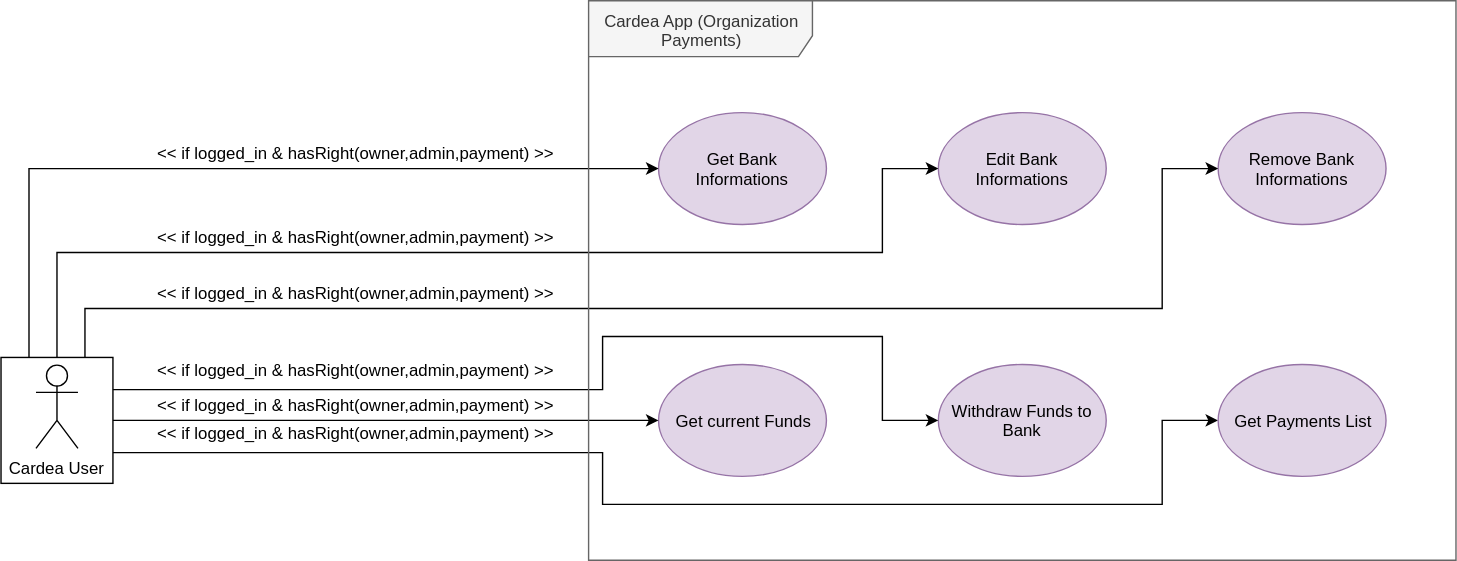
This is docs/srs/resources/3_1_2_3_use_case_view_cardea_app_organization_payments.svg from cardeapay/stack, a draw.io export, as it was before one commit. Source tidied: cells renumbered, new cells last; positions are measured from the earlier drawing's top-left corner, leaving out a move shared by most shapes. Its diagram source:
```xml
<mxGraphModel>
  <root>
    <mxCell id="0" />
    <mxCell id="1" parent="0" />
    <mxCell id="2" value="Edit Bank Informations" style="ellipse;whiteSpace=wrap;html=1;fillColor=#e1d5e7;strokeColor=#9673a6;" parent="1" vertex="1">
      <mxGeometry x="670" y="80" width="120" height="80" as="geometry" />
    </mxCell>
    <mxCell id="3" value="Remove Bank Informations" style="ellipse;whiteSpace=wrap;html=1;fillColor=#e1d5e7;strokeColor=#9673a6;" parent="1" vertex="1">
      <mxGeometry x="870" y="80" width="120" height="80" as="geometry" />
    </mxCell>
    <mxCell id="4" value="Get Bank Informations" style="ellipse;whiteSpace=wrap;html=1;fillColor=#e1d5e7;strokeColor=#9673a6;" parent="1" vertex="1">
      <mxGeometry x="470" y="80" width="120" height="80" as="geometry" />
    </mxCell>
    <mxCell id="5" value="Withdraw Funds to Bank" style="ellipse;whiteSpace=wrap;html=1;fillColor=#e1d5e7;strokeColor=#9673a6;" parent="1" vertex="1">
      <mxGeometry x="670" y="260" width="120" height="80" as="geometry" />
    </mxCell>
    <mxCell id="6" value="Get current Funds" style="ellipse;whiteSpace=wrap;html=1;fillColor=#e1d5e7;strokeColor=#9673a6;" parent="1" vertex="1">
      <mxGeometry x="470" y="260" width="120" height="80" as="geometry" />
    </mxCell>
    <mxCell id="7" style="edgeStyle=orthogonalEdgeStyle;rounded=0;jettySize=auto;html=1;exitX=0.25;exitY=0;exitDx=0;exitDy=0;entryX=0;entryY=0.5;entryDx=0;entryDy=0;" parent="1" edge="1" source="13" target="4">
      <mxGeometry relative="1" as="geometry" />
    </mxCell>
    <mxCell id="8" style="edgeStyle=orthogonalEdgeStyle;rounded=0;jettySize=auto;html=1;exitX=0.75;exitY=0;exitDx=0;exitDy=0;entryX=0;entryY=0.5;entryDx=0;entryDy=0;" parent="1" edge="1" source="13" target="3">
      <mxGeometry relative="1" as="geometry">
        <Array as="points">
          <mxPoint x="60" y="220" />
          <mxPoint x="830" y="220" />
          <mxPoint x="830" y="120" />
        </Array>
      </mxGeometry>
    </mxCell>
    <mxCell id="9" style="edgeStyle=orthogonalEdgeStyle;rounded=0;jettySize=auto;html=1;exitX=1;exitY=0.5;exitDx=0;exitDy=0;entryX=0;entryY=0.5;entryDx=0;entryDy=0;" parent="1" edge="1" source="13" target="6">
      <mxGeometry relative="1" as="geometry" />
    </mxCell>
    <mxCell id="10" style="edgeStyle=orthogonalEdgeStyle;rounded=0;jettySize=auto;html=1;exitX=1;exitY=0.25;exitDx=0;exitDy=0;entryX=0;entryY=0.5;entryDx=0;entryDy=0;" parent="1" edge="1" source="13" target="5">
      <mxGeometry relative="1" as="geometry">
        <Array as="points">
          <mxPoint x="430" y="278" />
          <mxPoint x="430" y="240" />
          <mxPoint x="630" y="240" />
          <mxPoint x="630" y="300" />
        </Array>
      </mxGeometry>
    </mxCell>
    <mxCell id="11" style="edgeStyle=orthogonalEdgeStyle;rounded=0;jettySize=auto;html=1;exitX=0.5;exitY=0;exitDx=0;exitDy=0;entryX=0;entryY=0.5;entryDx=0;entryDy=0;" parent="1" edge="1" source="13" target="2">
      <mxGeometry relative="1" as="geometry">
        <Array as="points">
          <mxPoint x="40" y="180" />
          <mxPoint x="630" y="180" />
          <mxPoint x="630" y="120" />
        </Array>
      </mxGeometry>
    </mxCell>
    <mxCell id="12" style="edgeStyle=orthogonalEdgeStyle;rounded=0;jettySize=auto;html=1;exitX=1;exitY=0.75;exitDx=0;exitDy=0;entryX=0;entryY=0.5;entryDx=0;entryDy=0;" parent="1" edge="1" source="13" target="21">
      <mxGeometry relative="1" as="geometry">
        <Array as="points">
          <mxPoint x="430" y="323" />
          <mxPoint x="430" y="360" />
          <mxPoint x="830" y="360" />
          <mxPoint x="830" y="300" />
        </Array>
      </mxGeometry>
    </mxCell>
    <mxCell id="13" style="html=1;fillColor=none;" parent="1" vertex="1">
      <mxGeometry y="255" width="80" height="90" as="geometry" />
    </mxCell>
    <mxCell id="14" value="Cardea User" style="shape=umlActor;verticalLabelPosition=bottom;labelBackgroundColor=#ffffff;verticalAlign=top;html=1;" parent="1" vertex="1">
      <mxGeometry x="25" y="260" width="30" height="60" as="geometry" />
    </mxCell>
    <mxCell id="15" value="&amp;lt;&amp;lt; if logged_in &amp;amp; hasRight(owner,admin,payment) &amp;gt;&amp;gt;&lt;span style=&quot;font-family: &amp;#34;helvetica&amp;#34; , &amp;#34;arial&amp;#34; , sans-serif ; font-size: 0px&quot;&gt;%3CmxGraphModel%3E%3Croot%3E%3CmxCell%20id%3D%220%22%2F%3E%3CmxCell%20id%3D%221%22%20parent%3D%220%22%2F%3E%3CmxCell%20id%3D%222%22%20value%3D%22%22%20style%3D%22html%3D1%3BfillColor%3Dnone%3B%22%20vertex%3D%221%22%20parent%3D%221%22%3E%3CmxGeometry%20x%3D%22-120%22%20y%3D%22255%22%20width%3D%2280%22%20height%3D%2290%22%20as%3D%22geometry%22%2F%3E%3C%2FmxCell%3E%3CmxCell%20id%3D%223%22%20value%3D%22Cardea%20User%22%20style%3D%22shape%3DumlActor%3BverticalLabelPosition%3Dbottom%3BlabelBackgroundColor%3D%23ffffff%3BverticalAlign%3Dtop%3Bhtml%3D1%3B%22%20vertex%3D%221%22%20parent%3D%221%22%3E%3CmxGeometry%20x%3D%22-95%22%20y%3D%22260%22%20width%3D%2230%22%20height%3D%2260%22%20as%3D%22geometry%22%2F%3E%3C%2FmxCell%3E%3C%2Froot%3E%3C%2FmxGraphModel%3&lt;/span&gt;" style="text;html=1;align=left;verticalAlign=top;spacingTop=-4;" parent="1" vertex="1">
      <mxGeometry x="110" y="100" width="300" height="20" as="geometry" />
    </mxCell>
    <mxCell id="16" value="&amp;lt;&amp;lt; if logged_in &amp;amp; hasRight(owner,admin,payment) &amp;gt;&amp;gt;&lt;span style=&quot;font-family: &amp;#34;helvetica&amp;#34; , &amp;#34;arial&amp;#34; , sans-serif ; font-size: 0px&quot;&gt;%3CmxGraphModel%3E%3Croot%3E%3CmxCell%20id%3D%220%22%2F%3E%3CmxCell%20id%3D%221%22%20parent%3D%220%22%2F%3E%3CmxCell%20id%3D%222%22%20value%3D%22%22%20style%3D%22html%3D1%3BfillColor%3Dnone%3B%22%20vertex%3D%221%22%20parent%3D%221%22%3E%3CmxGeometry%20x%3D%22-120%22%20y%3D%22255%22%20width%3D%2280%22%20height%3D%2290%22%20as%3D%22geometry%22%2F%3E%3C%2FmxCell%3E%3CmxCell%20id%3D%223%22%20value%3D%22Cardea%20User%22%20style%3D%22shape%3DumlActor%3BverticalLabelPosition%3Dbottom%3BlabelBackgroundColor%3D%23ffffff%3BverticalAlign%3Dtop%3Bhtml%3D1%3B%22%20vertex%3D%221%22%20parent%3D%221%22%3E%3CmxGeometry%20x%3D%22-95%22%20y%3D%22260%22%20width%3D%2230%22%20height%3D%2260%22%20as%3D%22geometry%22%2F%3E%3C%2FmxCell%3E%3C%2Froot%3E%3C%2FmxGraphModel%3&lt;/span&gt;" style="text;html=1;align=left;verticalAlign=top;spacingTop=-4;" parent="1" vertex="1">
      <mxGeometry x="110" y="160" width="300" height="20" as="geometry" />
    </mxCell>
    <mxCell id="17" value="&amp;lt;&amp;lt; if logged_in &amp;amp; hasRight(owner,admin,payment) &amp;gt;&amp;gt;&lt;span style=&quot;font-family: &amp;#34;helvetica&amp;#34; , &amp;#34;arial&amp;#34; , sans-serif ; font-size: 0px&quot;&gt;%3CmxGraphModel%3E%3Croot%3E%3CmxCell%20id%3D%220%22%2F%3E%3CmxCell%20id%3D%221%22%20parent%3D%220%22%2F%3E%3CmxCell%20id%3D%222%22%20value%3D%22%22%20style%3D%22html%3D1%3BfillColor%3Dnone%3B%22%20vertex%3D%221%22%20parent%3D%221%22%3E%3CmxGeometry%20x%3D%22-120%22%20y%3D%22255%22%20width%3D%2280%22%20height%3D%2290%22%20as%3D%22geometry%22%2F%3E%3C%2FmxCell%3E%3CmxCell%20id%3D%223%22%20value%3D%22Cardea%20User%22%20style%3D%22shape%3DumlActor%3BverticalLabelPosition%3Dbottom%3BlabelBackgroundColor%3D%23ffffff%3BverticalAlign%3Dtop%3Bhtml%3D1%3B%22%20vertex%3D%221%22%20parent%3D%221%22%3E%3CmxGeometry%20x%3D%22-95%22%20y%3D%22260%22%20width%3D%2230%22%20height%3D%2260%22%20as%3D%22geometry%22%2F%3E%3C%2FmxCell%3E%3C%2Froot%3E%3C%2FmxGraphModel%3&lt;/span&gt;" style="text;html=1;align=left;verticalAlign=top;spacingTop=-4;" parent="1" vertex="1">
      <mxGeometry x="110" y="200" width="300" height="20" as="geometry" />
    </mxCell>
    <mxCell id="18" value="&amp;lt;&amp;lt; if logged_in &amp;amp; hasRight(owner,admin,payment) &amp;gt;&amp;gt;&lt;span style=&quot;font-family: &amp;#34;helvetica&amp;#34; , &amp;#34;arial&amp;#34; , sans-serif ; font-size: 0px&quot;&gt;%3CmxGraphModel%3E%3Croot%3E%3CmxCell%20id%3D%220%22%2F%3E%3CmxCell%20id%3D%221%22%20parent%3D%220%22%2F%3E%3CmxCell%20id%3D%222%22%20value%3D%22%22%20style%3D%22html%3D1%3BfillColor%3Dnone%3B%22%20vertex%3D%221%22%20parent%3D%221%22%3E%3CmxGeometry%20x%3D%22-120%22%20y%3D%22255%22%20width%3D%2280%22%20height%3D%2290%22%20as%3D%22geometry%22%2F%3E%3C%2FmxCell%3E%3CmxCell%20id%3D%223%22%20value%3D%22Cardea%20User%22%20style%3D%22shape%3DumlActor%3BverticalLabelPosition%3Dbottom%3BlabelBackgroundColor%3D%23ffffff%3BverticalAlign%3Dtop%3Bhtml%3D1%3B%22%20vertex%3D%221%22%20parent%3D%221%22%3E%3CmxGeometry%20x%3D%22-95%22%20y%3D%22260%22%20width%3D%2230%22%20height%3D%2260%22%20as%3D%22geometry%22%2F%3E%3C%2FmxCell%3E%3C%2Froot%3E%3C%2FmxGraphModel%3&lt;/span&gt;" style="text;html=1;align=left;verticalAlign=top;spacingTop=-4;" parent="1" vertex="1">
      <mxGeometry x="110" y="255" width="300" height="20" as="geometry" />
    </mxCell>
    <mxCell id="19" value="&amp;lt;&amp;lt; if logged_in &amp;amp; hasRight(owner,admin,payment) &amp;gt;&amp;gt;&lt;span style=&quot;font-family: &amp;#34;helvetica&amp;#34; , &amp;#34;arial&amp;#34; , sans-serif ; font-size: 0px&quot;&gt;%3CmxGraphModel%3E%3Croot%3E%3CmxCell%20id%3D%220%22%2F%3E%3CmxCell%20id%3D%221%22%20parent%3D%220%22%2F%3E%3CmxCell%20id%3D%222%22%20value%3D%22%22%20style%3D%22html%3D1%3BfillColor%3Dnone%3B%22%20vertex%3D%221%22%20parent%3D%221%22%3E%3CmxGeometry%20x%3D%22-120%22%20y%3D%22255%22%20width%3D%2280%22%20height%3D%2290%22%20as%3D%22geometry%22%2F%3E%3C%2FmxCell%3E%3CmxCell%20id%3D%223%22%20value%3D%22Cardea%20User%22%20style%3D%22shape%3DumlActor%3BverticalLabelPosition%3Dbottom%3BlabelBackgroundColor%3D%23ffffff%3BverticalAlign%3Dtop%3Bhtml%3D1%3B%22%20vertex%3D%221%22%20parent%3D%221%22%3E%3CmxGeometry%20x%3D%22-95%22%20y%3D%22260%22%20width%3D%2230%22%20height%3D%2260%22%20as%3D%22geometry%22%2F%3E%3C%2FmxCell%3E%3C%2Froot%3E%3C%2FmxGraphModel%3&lt;/span&gt;" style="text;html=1;align=left;verticalAlign=top;spacingTop=-4;" parent="1" vertex="1">
      <mxGeometry x="110" y="280" width="300" height="20" as="geometry" />
    </mxCell>
    <mxCell id="20" value="Cardea App (Organization Payments)" style="shape=umlFrame;whiteSpace=wrap;html=1;width=160;height=40;fillColor=#f5f5f5;strokeColor=#666666;fontColor=#333333;" parent="1" vertex="1">
      <mxGeometry x="420" width="620" height="400" as="geometry" />
    </mxCell>
    <mxCell id="21" value="Get Payments List" style="ellipse;whiteSpace=wrap;html=1;fillColor=#e1d5e7;strokeColor=#9673a6;" parent="1" vertex="1">
      <mxGeometry x="870" y="260" width="120" height="80" as="geometry" />
    </mxCell>
    <mxCell id="22" value="&amp;lt;&amp;lt; if logged_in &amp;amp; hasRight(owner,admin,payment) &amp;gt;&amp;gt;&lt;span style=&quot;font-family: &amp;#34;helvetica&amp;#34; , &amp;#34;arial&amp;#34; , sans-serif ; font-size: 0px&quot;&gt;%3CmxGraphModel%3E%3Croot%3E%3CmxCell%20id%3D%220%22%2F%3E%3CmxCell%20id%3D%221%22%20parent%3D%220%22%2F%3E%3CmxCell%20id%3D%222%22%20value%3D%22%22%20style%3D%22html%3D1%3BfillColor%3Dnone%3B%22%20vertex%3D%221%22%20parent%3D%221%22%3E%3CmxGeometry%20x%3D%22-120%22%20y%3D%22255%22%20width%3D%2280%22%20height%3D%2290%22%20as%3D%22geometry%22%2F%3E%3C%2FmxCell%3E%3CmxCell%20id%3D%223%22%20value%3D%22Cardea%20User%22%20style%3D%22shape%3DumlActor%3BverticalLabelPosition%3Dbottom%3BlabelBackgroundColor%3D%23ffffff%3BverticalAlign%3Dtop%3Bhtml%3D1%3B%22%20vertex%3D%221%22%20parent%3D%221%22%3E%3CmxGeometry%20x%3D%22-95%22%20y%3D%22260%22%20width%3D%2230%22%20height%3D%2260%22%20as%3D%22geometry%22%2F%3E%3C%2FmxCell%3E%3C%2Froot%3E%3C%2FmxGraphModel%3&lt;/span&gt;" style="text;html=1;align=left;verticalAlign=top;spacingTop=-4;" parent="1" vertex="1">
      <mxGeometry x="110" y="300" width="300" height="20" as="geometry" />
    </mxCell>
  </root>
</mxGraphModel>
```
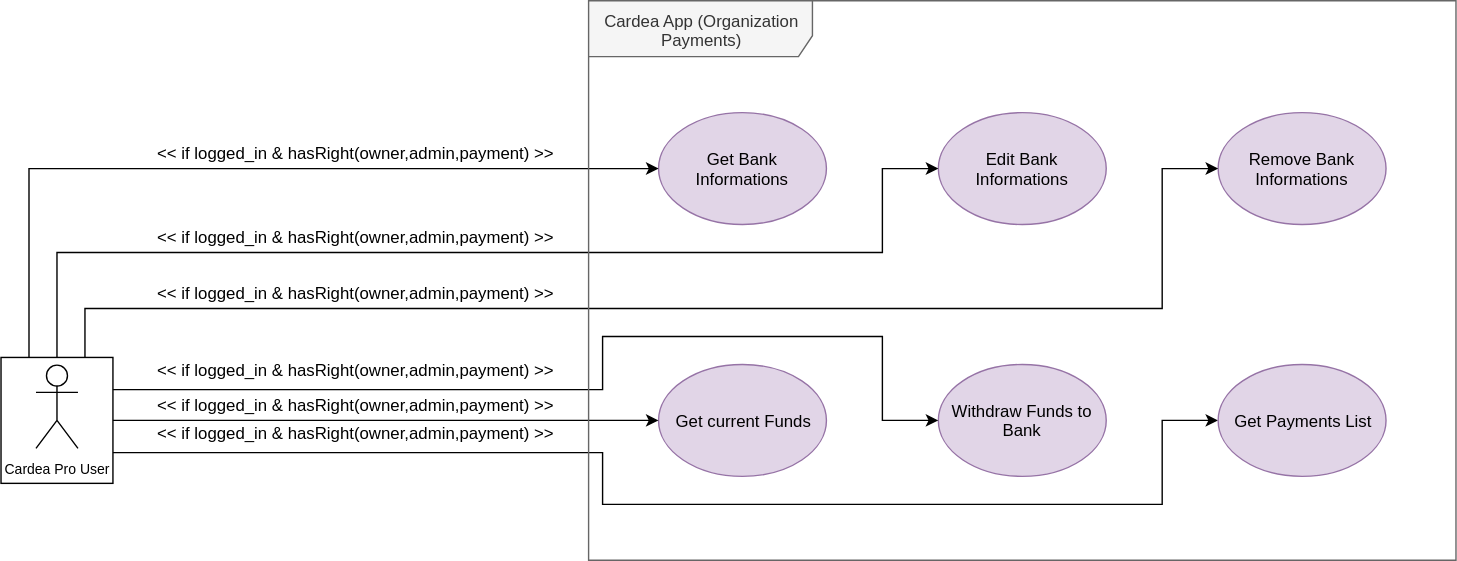
The same file after the commit.

Commit message:
fix(srs): user types clarifications

Change to the diagram source:
```diff
@@ -64,7 +64,7 @@
     <mxCell id="13" style="html=1;fillColor=none;" parent="1" vertex="1">
       <mxGeometry y="255" width="80" height="90" as="geometry" />
     </mxCell>
-    <mxCell id="14" value="Cardea User" style="shape=umlActor;verticalLabelPosition=bottom;labelBackgroundColor=#ffffff;verticalAlign=top;html=1;" parent="1" vertex="1">
+    <mxCell id="14" value="&lt;font style=&quot;font-size: 10px&quot;&gt;Cardea Pro User&lt;/font&gt;" style="shape=umlActor;verticalLabelPosition=bottom;labelBackgroundColor=#ffffff;verticalAlign=top;html=1;" parent="1" vertex="1">
       <mxGeometry x="25" y="260" width="30" height="60" as="geometry" />
     </mxCell>
     <mxCell id="15" value="&amp;lt;&amp;lt; if logged_in &amp;amp; hasRight(owner,admin,payment) &amp;gt;&amp;gt;&lt;span style=&quot;font-family: &amp;#34;helvetica&amp;#34; , &amp;#34;arial&amp;#34; , sans-serif ; font-size: 0px&quot;&gt;%3CmxGraphModel%3E%3Croot%3E%3CmxCell%20id%3D%220%22%2F%3E%3CmxCell%20id%3D%221%22%20parent%3D%220%22%2F%3E%3CmxCell%20id%3D%222%22%20value%3D%22%22%20style%3D%22html%3D1%3BfillColor%3Dnone%3B%22%20vertex%3D%221%22%20parent%3D%221%22%3E%3CmxGeometry%20x%3D%22-120%22%20y%3D%22255%22%20width%3D%2280%22%20height%3D%2290%22%20as%3D%22geometry%22%2F%3E%3C%2FmxCell%3E%3CmxCell%20id%3D%223%22%20value%3D%22Cardea%20User%22%20style%3D%22shape%3DumlActor%3BverticalLabelPosition%3Dbottom%3BlabelBackgroundColor%3D%23ffffff%3BverticalAlign%3Dtop%3Bhtml%3D1%3B%22%20vertex%3D%221%22%20parent%3D%221%22%3E%3CmxGeometry%20x%3D%22-95%22%20y%3D%22260%22%20width%3D%2230%22%20height%3D%2260%22%20as%3D%22geometry%22%2F%3E%3C%2FmxCell%3E%3C%2Froot%3E%3C%2FmxGraphModel%3&lt;/span&gt;" style="text;html=1;align=left;verticalAlign=top;spacingTop=-4;" parent="1" vertex="1">
```
